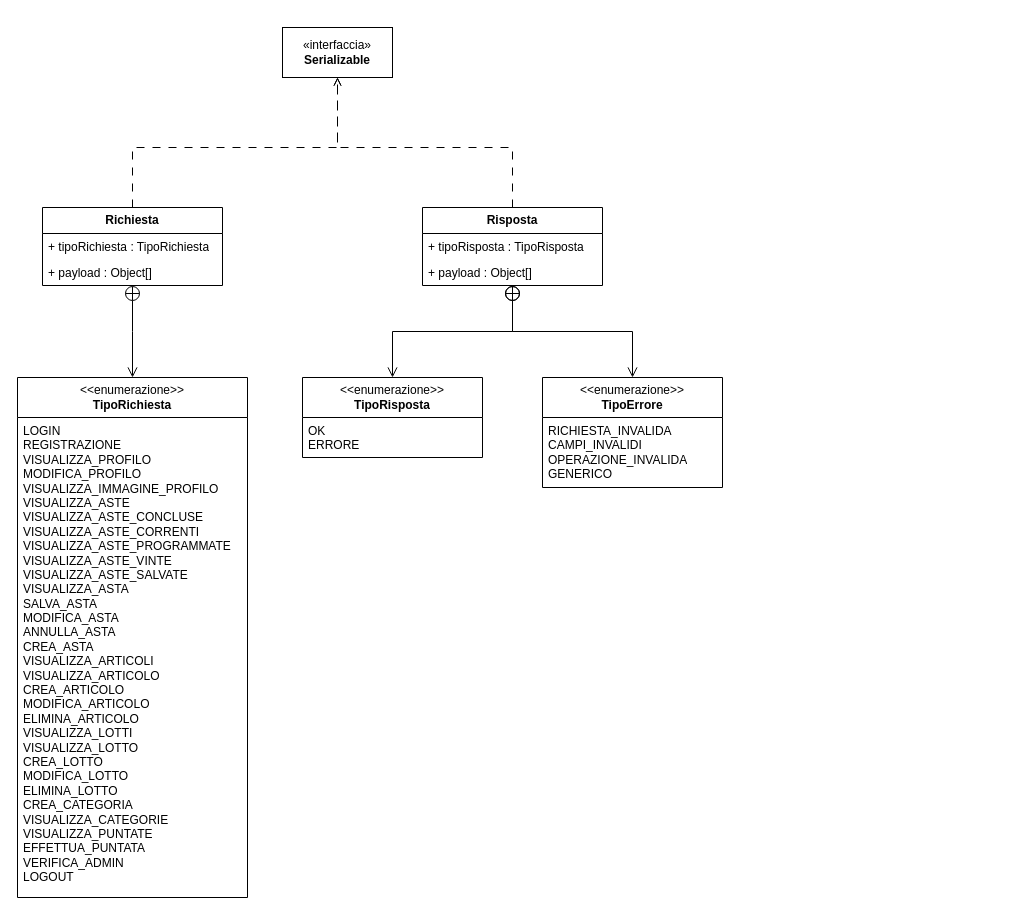
Before: documenti/DC-Aste.drawio in Chaos-Rat/GAO, a draw.io diagram. Source tidied: cells renumbered, new cells numbered last; positions are measured from the earlier drawing's top-left corner, leaving out a move shared by most shapes. Both pictures are drawn from the tidied source at 100%, with x=0, y=0 at pixel (17, 27).
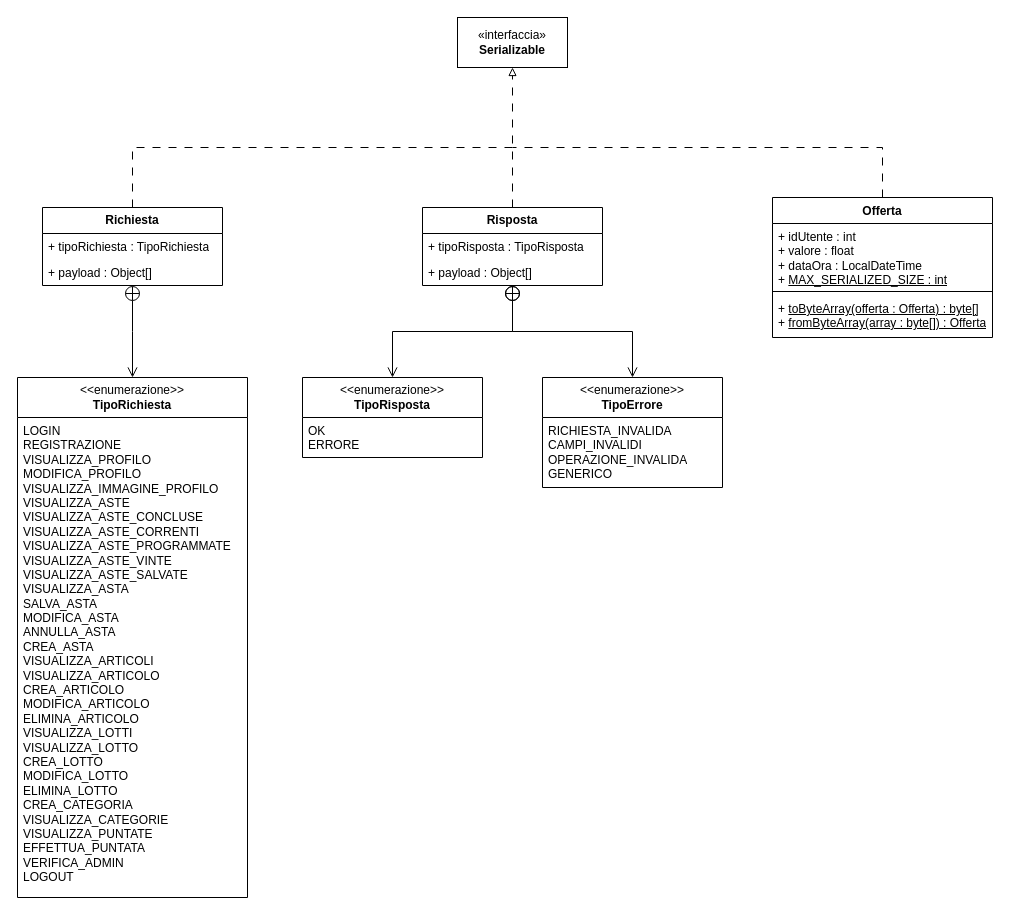
The same page after the edit.

Commit message (it also covers changes not shown here):
Introdotta classe Offerta, e finito effettuaOfferta

The change refers to these unchanged cells:
```xml
<mxCell id="6" value="&lt;b&gt;Richiesta&lt;/b&gt;" style="swimlane;fontStyle=0;horizontal=1;startSize=26;fillColor=none;whiteSpace=wrap;html=1;" parent="1" vertex="1">
  <mxGeometry x="25" y="180" width="180" height="78" as="geometry" />
</mxCell>
<mxCell id="10" value="&lt;b&gt;Risposta&lt;/b&gt;" style="swimlane;fontStyle=0;horizontal=1;startSize=26;fillColor=none;whiteSpace=wrap;html=1;" parent="1" vertex="1">
  <mxGeometry x="405" y="180" width="180" height="78" as="geometry" />
</mxCell>
```

Diff of the diagram source:
```diff
@@
-    <mxCell id="5" style="edgeStyle=orthogonalEdgeStyle;rounded=0;jettySize=auto;html=1;dashed=1;dashPattern=8 8;endArrow=open;endFill=0;" parent="1" edge="1" source="6" target="16">
+    <mxCell id="5" style="edgeStyle=orthogonalEdgeStyle;rounded=0;jettySize=auto;html=1;dashed=1;dashPattern=8 8;endArrow=none;endFill=0;" parent="1" edge="1" source="6">
       <mxGeometry relative="1" as="geometry">
+        <mxPoint x="495" y="120" as="targetPoint" />
         <Array as="points">
           <mxPoint x="115" y="120" />
-          <mxPoint x="320" y="120" />
+          <mxPoint x="495" y="120" />
         </Array>
       </mxGeometry>
     </mxCell>
@@
-    <mxCell id="9" style="edgeStyle=orthogonalEdgeStyle;rounded=0;jettySize=auto;html=1;dashed=1;dashPattern=8 8;endArrow=open;endFill=0;" parent="1" edge="1" source="10" target="16">
+    <mxCell id="9" style="edgeStyle=orthogonalEdgeStyle;rounded=0;jettySize=auto;html=1;dashed=1;dashPattern=8 8;endArrow=block;endFill=0;" parent="1" edge="1" source="10" target="16">
       <mxGeometry relative="1" as="geometry">
         <Array as="points">
-          <mxPoint x="495" y="120" />
-          <mxPoint x="320" y="120" />
+          <mxPoint x="495" y="70" />
+          <mxPoint x="495" y="70" />
         </Array>
       </mxGeometry>
     </mxCell>
@@
     <mxCell id="16" value="«interfaccia»&lt;br&gt;&lt;b&gt;Serializable&lt;/b&gt;" style="html=1;whiteSpace=wrap;" parent="1" vertex="1">
-      <mxGeometry x="265" width="110" height="50" as="geometry" />
+      <mxGeometry x="440" y="-10" width="110" height="50" as="geometry" />
     </mxCell>
@@
+    <mxCell id="20" style="edgeStyle=orthogonalEdgeStyle;rounded=0;jettySize=auto;html=1;dashed=1;dashPattern=8 8;endArrow=none;endFill=0;" parent="1" edge="1" source="21">
+      <mxGeometry relative="1" as="geometry">
+        <mxPoint x="495" y="120" as="targetPoint" />
+        <Array as="points">
+          <mxPoint x="865" y="120" />
+          <mxPoint x="495" y="120" />
+        </Array>
+      </mxGeometry>
+    </mxCell>
+    <mxCell id="21" value="Offerta" style="swimlane;fontStyle=1;align=center;verticalAlign=top;horizontal=1;startSize=26;whiteSpace=wrap;html=1;" parent="1" vertex="1">
+      <mxGeometry x="755" y="170" width="220" height="140" as="geometry" />
+    </mxCell>
+    <mxCell id="22" value="+ idUtente : int&lt;div&gt;+ valore : float&lt;/div&gt;&lt;div&gt;+ dataOra : LocalDateTime&lt;/div&gt;&lt;div&gt;+ &lt;u&gt;MAX_SERIALIZED_SIZE : int&lt;/u&gt;&lt;/div&gt;" style="text;strokeColor=none;fillColor=none;align=left;verticalAlign=top;spacingLeft=4;spacingRight=4;overflow=hidden;whiteSpace=wrap;html=1;" parent="21" vertex="1">
+      <mxGeometry y="26" width="220" height="64" as="geometry" />
+    </mxCell>
+    <mxCell id="23" style="line;strokeWidth=1;fillColor=none;align=left;verticalAlign=middle;spacingTop=-1;spacingLeft=3;spacingRight=3;labelPosition=right;strokeColor=inherit;" parent="21" vertex="1">
+      <mxGeometry y="90" width="220" height="8" as="geometry" />
+    </mxCell>
+    <mxCell id="24" value="+ &lt;u&gt;toByteArray(offerta : Offerta) : byte[]&lt;/u&gt;&lt;div&gt;+ &lt;u&gt;fromByteArray(array : byte[]) : Offerta&lt;/u&gt;&lt;/div&gt;" style="text;strokeColor=none;fillColor=none;align=left;verticalAlign=top;spacingLeft=4;spacingRight=4;overflow=hidden;whiteSpace=wrap;html=1;" parent="21" vertex="1">
+      <mxGeometry y="98" width="220" height="42" as="geometry" />
+    </mxCell>
```
